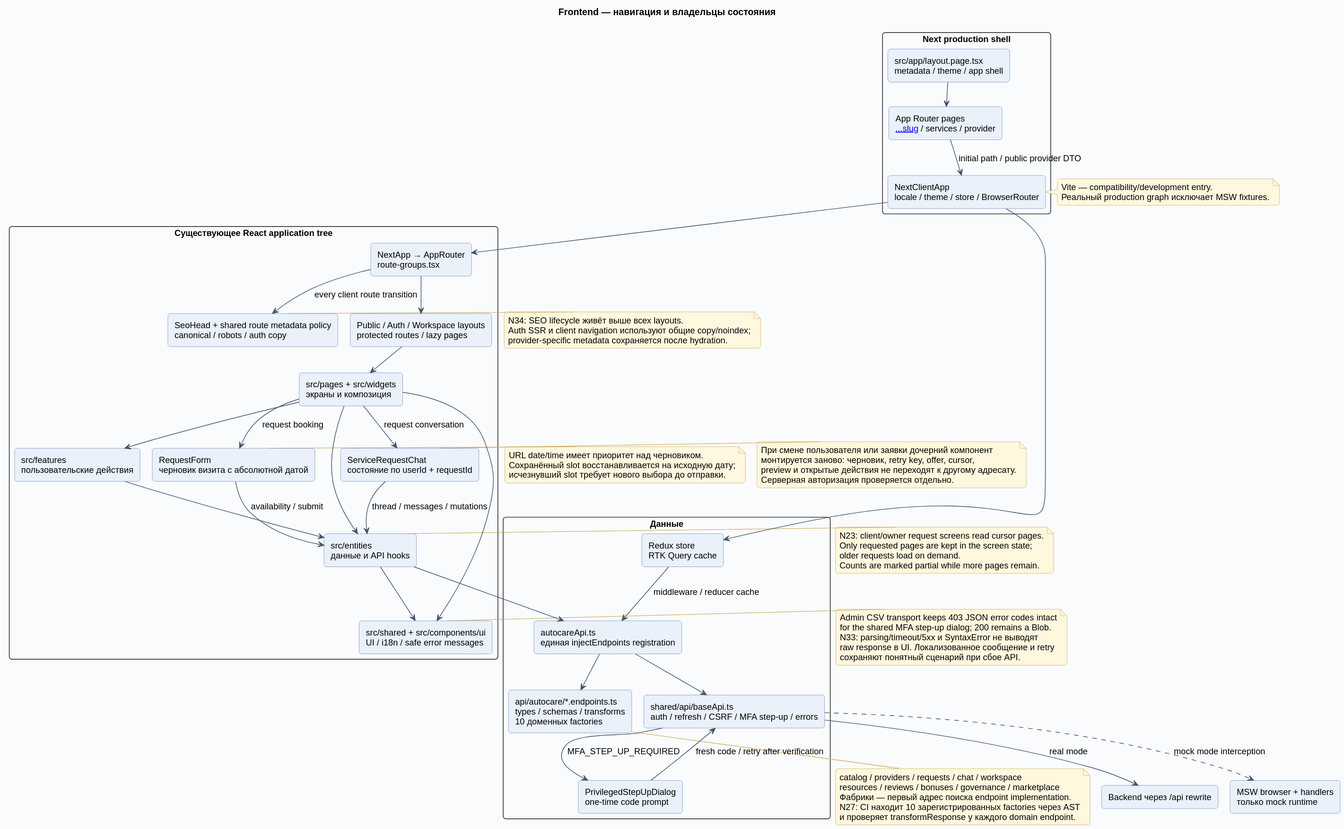
Before: docs/diagrams/rendered/03-frontend.svg, a diagram exported from PlantUML (Dima163163/auto-care-hub). The source it was exported from:
```plantuml
@startuml
!include _style.puml
title Frontend — навигация и владельцы состояния
top to bottom direction
package "Next production shell" {
  component "src/app/layout.page.tsx\nmetadata / theme / app shell" as Layout
  component "App Router pages\n[[...slug]] / services / provider" as Pages
  component "NextClientApp\nlocale / theme / store / BrowserRouter" as Client
}
package "Существующее React application tree" {
  component "NextApp → AppRouter\nroute-groups.tsx" as Router
  component "SeoHead + shared route metadata policy\ncanonical / robots / auth copy" as Seo
  component "Public / Auth / Workspace layouts\nprotected routes / lazy pages" as Routes
  component "src/pages + src/widgets\nэкраны и композиция" as Screens
  component "src/features\nпользовательские действия" as Features
  component "src/entities\nданные и API hooks" as Entities
  component "ServiceRequestChat\nсостояние по userId + requestId" as RequestChat
  component "RequestForm\nчерновик визита с абсолютной датой" as BookingForm
  component "src/shared + src/components/ui\nUI / i18n / safe error messages" as Shared
}
package "Данные" {
  component "Redux store\nRTK Query cache" as Store
  component "autocareApi.ts\nединая injectEndpoints registration" as AutoAPI
  component "api/autocare/*.endpoints.ts\ntypes / schemas / transforms\n10 доменных factories" as Factories
  component "shared/api/baseApi.ts\nauth / refresh / CSRF / MFA step-up / errors" as Transport
  component "PrivilegedStepUpDialog\none-time code prompt" as StepUpDialog
}
component "Backend через /api rewrite" as Backend
component "MSW browser + handlers\nтолько mock runtime" as Mock
Layout --> Pages
Pages --> Client : initial path / public provider DTO
Client --> Router
Router --> Seo : every client route transition
Router --> Routes
Routes --> Screens
Screens --> Features
Screens --> Entities
Screens --> RequestChat : request conversation
RequestChat --> Entities : thread / messages / mutations
Screens --> BookingForm : request booking
BookingForm --> Entities : availability / submit
Features --> Entities
Entities --> Shared
Screens --> Shared
Client --> Store
Entities --> AutoAPI
AutoAPI --> Factories
AutoAPI --> Transport
Transport --> Backend : real mode
Transport --> StepUpDialog : MFA_STEP_UP_REQUIRED
StepUpDialog --> Transport : fresh code / retry after verification
Transport ..> Mock : mock mode interception
Store --> AutoAPI : middleware / reducer cache
note bottom of Factories
  catalog / providers / requests / chat / workspace
  resources / reviews / bonuses / governance / marketplace
  Фабрики — первый адрес поиска endpoint implementation.
  N27: CI находит 10 зарегистрированных factories через AST
  и проверяет transformResponse у каждого domain endpoint.
end note
note right of Entities
  N23: client/owner request screens read cursor pages.
  Only requested pages are kept in the screen state;
  older requests load on demand.
  Counts are marked partial while more pages remain.
end note
note right of Client
  Vite — compatibility/development entry.
  Реальный production graph исключает MSW fixtures.
end note
note right of Seo
  N34: SEO lifecycle живёт выше всех layouts.
  Auth SSR и client navigation используют общие copy/noindex;
  provider-specific metadata сохраняется после hydration.
end note
note right of Shared
  Admin CSV transport keeps 403 JSON error codes intact
  for the shared MFA step-up dialog; 200 remains a Blob.
  N33: parsing/timeout/5xx и SyntaxError не выводят
  raw response в UI. Локализованное сообщение и retry
  сохраняют понятный сценарий при сбое API.
end note
note right of RequestChat
  При смене пользователя или заявки дочерний компонент
  монтируется заново: черновик, retry key, offer, cursor,
  preview и открытые действия не переходят к другому адресату.
  Серверная авторизация проверяется отдельно.
end note
note right of BookingForm
  URL date/time имеет приоритет над черновиком.
  Сохранённый slot восстанавливается на исходную дату;
  исчезнувший slot требует нового выбора до отправки.
end note
@enduml
```
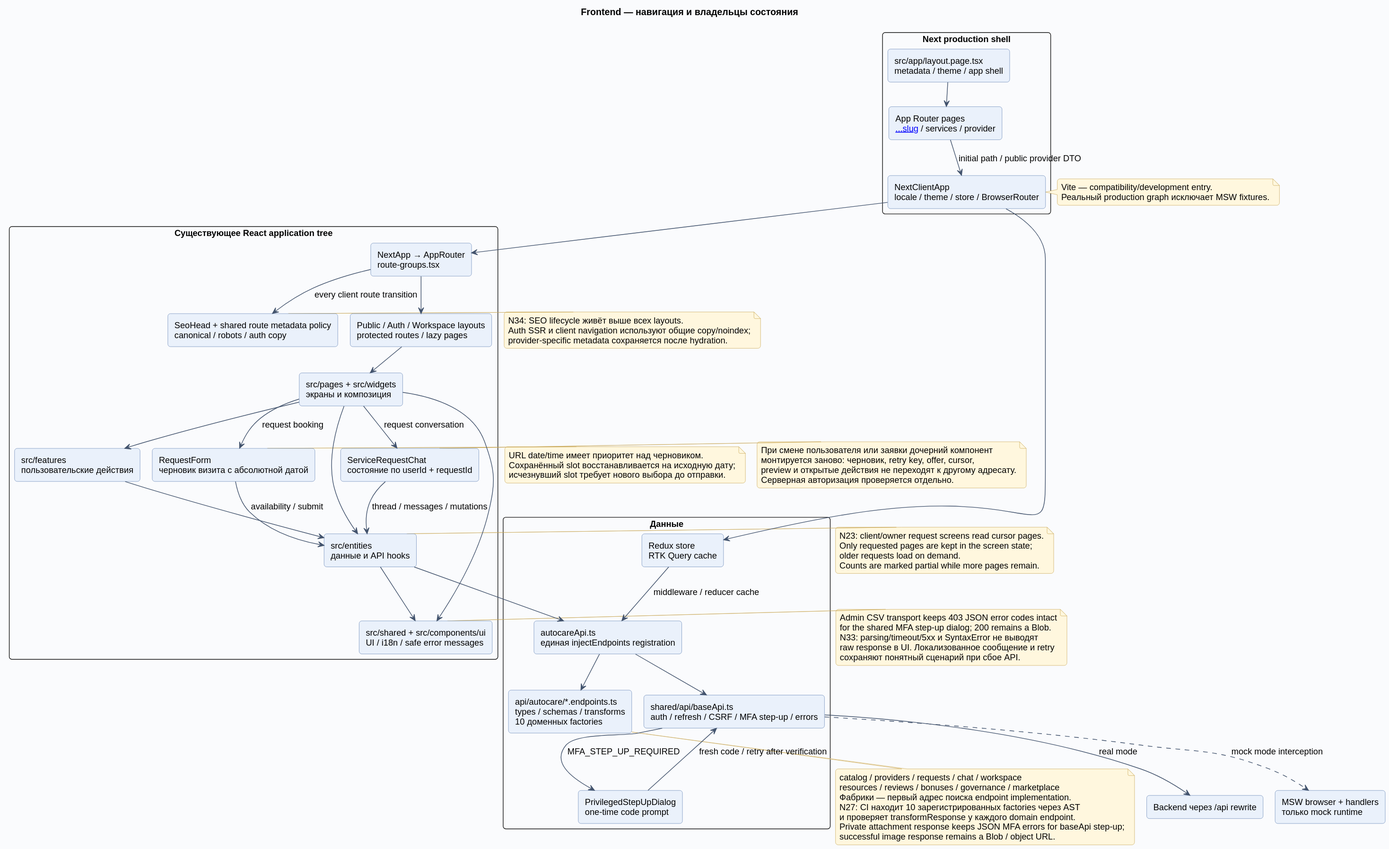
The same diagram one commit later.

The edit, as a diff of the source:
```diff
@@ -57,6 +57,8 @@
   Фабрики — первый адрес поиска endpoint implementation.
   N27: CI находит 10 зарегистрированных factories через AST
   и проверяет transformResponse у каждого domain endpoint.
+  Private attachment response keeps JSON MFA errors for baseApi step-up;
+  successful image response remains a Blob / object URL.
 end note
 note right of Entities
   N23: client/owner request screens read cursor pages.
```
